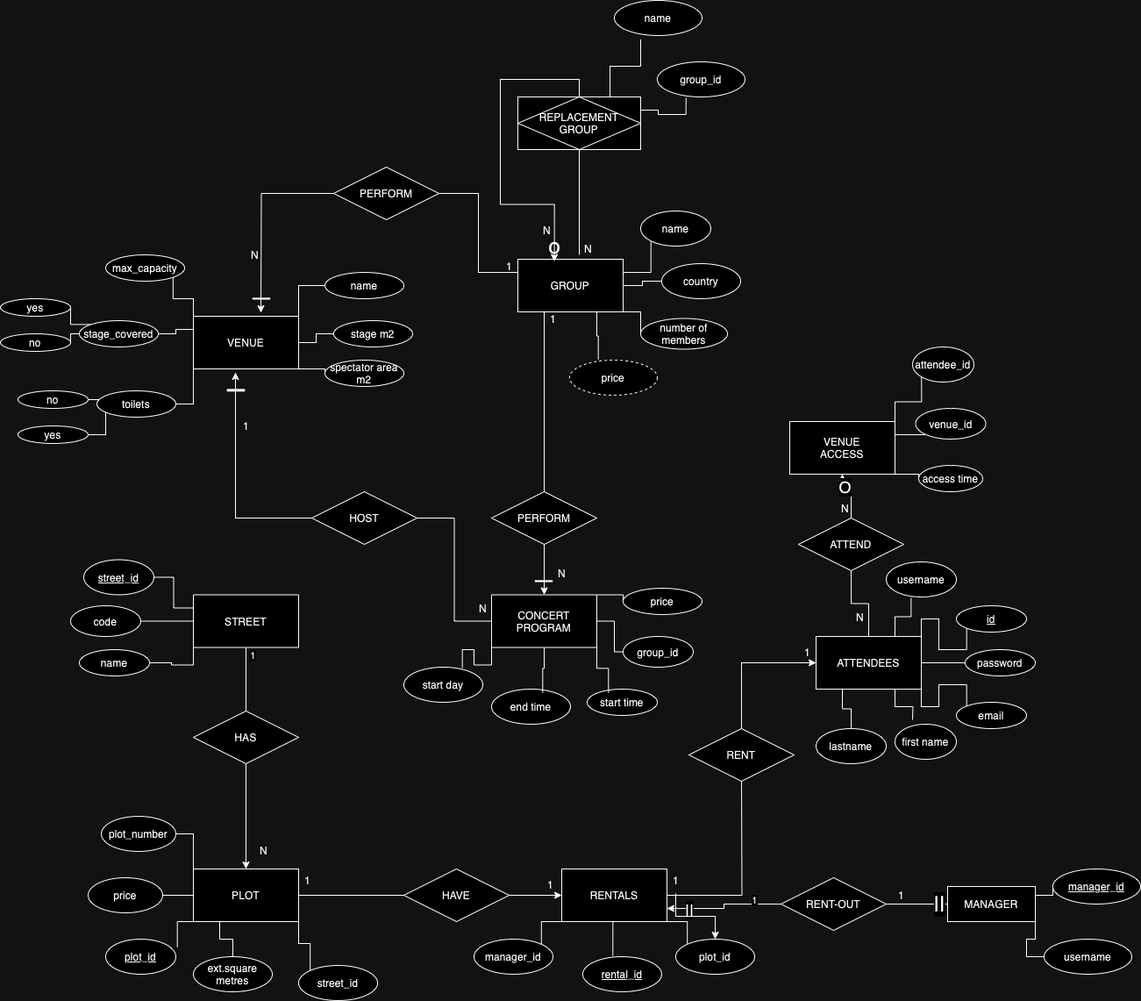
Above: DDBB.drawio.png in Brandy-K/disseny-DDBB (draw.io), before the change. Source tidied: cells renumbered, new cells last; positions are measured from the earlier drawing's top-left corner, leaving out a move shared by most shapes.
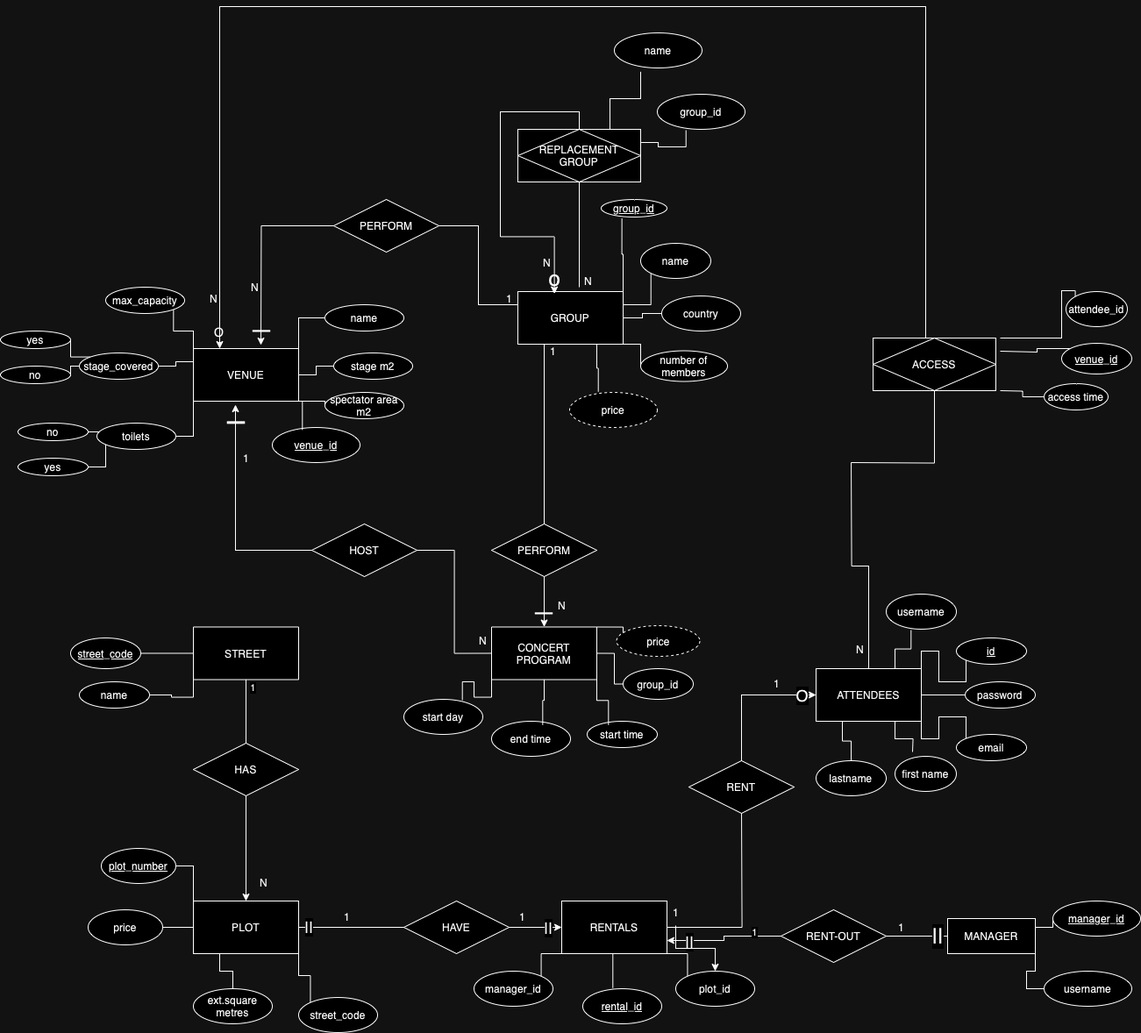
After the change.

The edit, as a diff of the source:
```diff
@@ -21,6 +21,9 @@
         <mxPoint x="460" y="1020" as="targetPoint" />
       </mxGeometry>
     </mxCell>
+    <mxCell id="149" value="&lt;font style=&quot;font-size: 18px;&quot;&gt;||&lt;/font&gt;" style="edgeLabel;html=1;align=center;verticalAlign=middle;" parent="6" vertex="1">
+      <mxGeometry x="-0.81" y="1" relative="1" as="geometry" />
+    </mxCell>
     <mxCell id="7" style="edgeStyle=orthogonalEdgeStyle;rounded=0;jettySize=auto;html=1;exitX=0;exitY=0;exitDx=0;exitDy=0;entryX=1;entryY=0.5;entryDx=0;entryDy=0;endArrow=none;endFill=0;" parent="1" edge="1" source="11" target="62">
       <mxGeometry relative="1" as="geometry" />
     </mxCell>
@@ -36,8 +39,10 @@
     <mxCell id="11" value="PLOT" style="rounded=0;whiteSpace=wrap;html=1;" parent="1" vertex="1">
       <mxGeometry x="220" y="990" width="120" height="60" as="geometry" />
     </mxCell>
-    <mxCell id="12" style="edgeStyle=orthogonalEdgeStyle;rounded=0;jettySize=auto;html=1;exitX=0.5;exitY=0;exitDx=0;exitDy=0;entryX=0.5;entryY=1;entryDx=0;entryDy=0;endArrow=none;endFill=0;" parent="1" edge="1" source="18" target="96">
-      <mxGeometry relative="1" as="geometry" />
+    <mxCell id="12" style="edgeStyle=orthogonalEdgeStyle;rounded=0;jettySize=auto;html=1;exitX=0.5;exitY=0;exitDx=0;exitDy=0;endArrow=none;endFill=0;" parent="1" edge="1" source="18">
+      <mxGeometry relative="1" as="geometry">
+        <mxPoint x="970" y="490" as="targetPoint" />
+      </mxGeometry>
     </mxCell>
     <mxCell id="13" style="edgeStyle=orthogonalEdgeStyle;rounded=0;jettySize=auto;html=1;exitX=0.25;exitY=1;exitDx=0;exitDy=0;entryX=0.5;entryY=0;entryDx=0;entryDy=0;endArrow=none;endFill=0;" parent="1" edge="1" source="18" target="77">
       <mxGeometry relative="1" as="geometry" />
@@ -80,8 +85,10 @@
     <mxCell id="25" style="edgeStyle=orthogonalEdgeStyle;rounded=0;jettySize=auto;html=1;exitX=0;exitY=0.5;exitDx=0;exitDy=0;entryX=1;entryY=0.5;entryDx=0;entryDy=0;endArrow=none;endFill=0;" parent="1" edge="1" source="28" target="97">
       <mxGeometry relative="1" as="geometry" />
     </mxCell>
-    <mxCell id="26" style="edgeStyle=orthogonalEdgeStyle;rounded=0;jettySize=auto;html=1;exitX=1;exitY=0;exitDx=0;exitDy=0;entryX=0;entryY=0.5;entryDx=0;entryDy=0;endArrow=none;endFill=0;" parent="1" edge="1" source="28" target="74">
-      <mxGeometry relative="1" as="geometry" />
+    <mxCell id="26" style="edgeStyle=orthogonalEdgeStyle;rounded=0;jettySize=auto;html=1;exitX=1;exitY=0;exitDx=0;exitDy=0;entryX=0;entryY=0.5;entryDx=0;entryDy=0;endArrow=none;endFill=0;" parent="1" edge="1" source="28">
+      <mxGeometry relative="1" as="geometry">
+        <mxPoint x="710" y="685" as="targetPoint" />
+      </mxGeometry>
     </mxCell>
     <mxCell id="27" style="edgeStyle=orthogonalEdgeStyle;rounded=0;jettySize=auto;html=1;exitX=1;exitY=0.5;exitDx=0;exitDy=0;entryX=0;entryY=0.5;entryDx=0;entryDy=0;endArrow=none;endFill=0;" parent="1" edge="1" source="28" target="73">
       <mxGeometry relative="1" as="geometry" />
@@ -89,9 +96,6 @@
     <mxCell id="28" value="CONCERT&lt;div&gt;PROGRAM&lt;/div&gt;" style="rounded=0;whiteSpace=wrap;html=1;" parent="1" vertex="1">
       <mxGeometry x="560" y="677.5" width="120" height="60" as="geometry" />
     </mxCell>
-    <mxCell id="29" style="edgeStyle=orthogonalEdgeStyle;rounded=0;jettySize=auto;html=1;exitX=0;exitY=0.25;exitDx=0;exitDy=0;entryX=1;entryY=0.5;entryDx=0;entryDy=0;endArrow=none;endFill=0;" parent="1" edge="1" source="34" target="59">
-      <mxGeometry relative="1" as="geometry" />
-    </mxCell>
     <mxCell id="30" style="edgeStyle=orthogonalEdgeStyle;rounded=0;jettySize=auto;html=1;exitX=0;exitY=0.5;exitDx=0;exitDy=0;entryX=1;entryY=0.5;entryDx=0;entryDy=0;endArrow=none;endFill=0;" parent="1" edge="1" source="34" target="61">
       <mxGeometry relative="1" as="geometry" />
     </mxCell>
@@ -132,18 +136,29 @@
     <mxCell id="41" value="VENUE" style="rounded=0;whiteSpace=wrap;html=1;" parent="1" vertex="1">
       <mxGeometry x="220" y="360" width="120" height="60" as="geometry" />
     </mxCell>
-    <mxCell id="42" style="edgeStyle=orthogonalEdgeStyle;rounded=0;jettySize=auto;html=1;exitX=1;exitY=1;exitDx=0;exitDy=0;entryX=0;entryY=0.5;entryDx=0;entryDy=0;endArrow=none;endFill=0;" parent="1" edge="1" source="45" target="81">
-      <mxGeometry relative="1" as="geometry" />
+    <mxCell id="42" style="edgeStyle=orthogonalEdgeStyle;rounded=0;jettySize=auto;html=1;exitX=1;exitY=1;exitDx=0;exitDy=0;entryX=0;entryY=0.5;entryDx=0;entryDy=0;endArrow=none;endFill=0;" parent="1" edge="1" target="81">
+      <mxGeometry relative="1" as="geometry">
+        <mxPoint x="1140" y="408" as="sourcePoint" />
+      </mxGeometry>
     </mxCell>
-    <mxCell id="43" style="edgeStyle=orthogonalEdgeStyle;rounded=0;jettySize=auto;html=1;exitX=1;exitY=0.25;exitDx=0;exitDy=0;entryX=0;entryY=1;entryDx=0;entryDy=0;endArrow=none;endFill=0;" parent="1" edge="1" source="45" target="82">
-      <mxGeometry relative="1" as="geometry" />
+    <mxCell id="43" style="edgeStyle=orthogonalEdgeStyle;rounded=0;jettySize=auto;html=1;exitX=1;exitY=0.25;exitDx=0;exitDy=0;entryX=0;entryY=1;entryDx=0;entryDy=0;endArrow=none;endFill=0;" parent="1" edge="1" target="82">
+      <mxGeometry relative="1" as="geometry">
+        <mxPoint x="1140" y="363" as="sourcePoint" />
+        <Array as="points">
+          <mxPoint x="1182" y="364" />
+          <mxPoint x="1182" y="360" />
+        </Array>
+      </mxGeometry>
     </mxCell>
-    <mxCell id="44" style="edgeStyle=orthogonalEdgeStyle;rounded=0;jettySize=auto;html=1;exitX=1;exitY=0;exitDx=0;exitDy=0;entryX=0;entryY=1;entryDx=0;entryDy=0;endArrow=none;endFill=0;" parent="1" edge="1" source="45" target="83">
-      <mxGeometry relative="1" as="geometry" />
+    <mxCell id="44" style="edgeStyle=orthogonalEdgeStyle;rounded=0;jettySize=auto;html=1;exitX=1;exitY=0;exitDx=0;exitDy=0;entryX=0;entryY=1;entryDx=0;entryDy=0;endArrow=none;endFill=0;" parent="1" edge="1" target="83">
+      <mxGeometry relative="1" as="geometry">
+        <mxPoint x="1140" y="348" as="sourcePoint" />
+        <Array as="points">
+          <mxPoint x="1210" y="348" />
+          <mxPoint x="1210" y="294" />
+        </Array>
+      </mxGeometry>
     </mxCell>
-    <mxCell id="45" value="VENUE&lt;div&gt;ACCESS&lt;/div&gt;" style="rounded=0;whiteSpace=wrap;html=1;" parent="1" vertex="1">
-      <mxGeometry x="900" y="480" width="120" height="60" as="geometry" />
-    </mxCell>
     <mxCell id="46" value="name" style="ellipse;whiteSpace=wrap;html=1;" parent="1" vertex="1">
       <mxGeometry x="370" y="310" width="90" height="30" as="geometry" />
     </mxCell>
@@ -183,27 +198,21 @@
     <mxCell id="58" value="no" style="ellipse;whiteSpace=wrap;html=1;" parent="1" vertex="1">
       <mxGeometry y="380" width="80" height="20" as="geometry" />
     </mxCell>
-    <mxCell id="59" value="&lt;u&gt;street_id&lt;/u&gt;" style="ellipse;whiteSpace=wrap;html=1;" parent="1" vertex="1">
-      <mxGeometry x="95" y="637.5" width="80" height="40" as="geometry" />
-    </mxCell>
     <mxCell id="60" value="name" style="ellipse;whiteSpace=wrap;html=1;" parent="1" vertex="1">
       <mxGeometry x="90" y="740" width="80" height="30" as="geometry" />
     </mxCell>
-    <mxCell id="61" value="code" style="ellipse;whiteSpace=wrap;html=1;" parent="1" vertex="1">
+    <mxCell id="61" value="&lt;u&gt;street_code&lt;/u&gt;" style="ellipse;whiteSpace=wrap;html=1;" parent="1" vertex="1">
       <mxGeometry x="80" y="690" width="80" height="35" as="geometry" />
     </mxCell>
-    <mxCell id="62" value="plot_number" style="ellipse;whiteSpace=wrap;html=1;" parent="1" vertex="1">
+    <mxCell id="62" value="&lt;u&gt;plot_number&lt;/u&gt;" style="ellipse;whiteSpace=wrap;html=1;" parent="1" vertex="1">
       <mxGeometry x="115" y="930" width="85" height="40" as="geometry" />
     </mxCell>
-    <mxCell id="63" value="street_id" style="ellipse;whiteSpace=wrap;html=1;" parent="1" vertex="1">
+    <mxCell id="63" value="street_code" style="ellipse;whiteSpace=wrap;html=1;" parent="1" vertex="1">
       <mxGeometry x="340" y="1100" width="90" height="40" as="geometry" />
     </mxCell>
     <mxCell id="64" value="ext.square metres" style="ellipse;whiteSpace=wrap;html=1;" parent="1" vertex="1">
       <mxGeometry x="220" y="1090" width="90" height="40" as="geometry" />
     </mxCell>
-    <mxCell id="65" value="&lt;u&gt;plot_id&lt;/u&gt;" style="ellipse;whiteSpace=wrap;html=1;" parent="1" vertex="1">
-      <mxGeometry x="120" y="1070" width="80" height="40" as="geometry" />
-    </mxCell>
     <mxCell id="66" value="price" style="ellipse;whiteSpace=wrap;html=1;" parent="1" vertex="1">
       <mxGeometry x="100" y="1000" width="85" height="40" as="geometry" />
     </mxCell>
@@ -228,9 +237,6 @@
     <mxCell id="73" value="group_id" style="ellipse;whiteSpace=wrap;html=1;" parent="1" vertex="1">
       <mxGeometry x="710" y="725" width="80" height="35" as="geometry" />
     </mxCell>
-    <mxCell id="74" value="price" style="ellipse;whiteSpace=wrap;html=1;" parent="1" vertex="1">
-      <mxGeometry x="710" y="670" width="90" height="30" as="geometry" />
-    </mxCell>
     <mxCell id="75" value="first name" style="ellipse;whiteSpace=wrap;html=1;" parent="1" vertex="1">
       <mxGeometry x="1020" y="825" width="70" height="40" as="geometry" />
     </mxCell>
@@ -250,13 +256,13 @@
       <mxGeometry x="1090" y="690" width="80" height="30" as="geometry" />
     </mxCell>
     <mxCell id="81" value="access time" style="ellipse;whiteSpace=wrap;html=1;" parent="1" vertex="1">
-      <mxGeometry x="1047" y="530" width="73" height="30" as="geometry" />
+      <mxGeometry x="1190" y="400" width="73" height="30" as="geometry" />
     </mxCell>
-    <mxCell id="82" value="venue_id" style="ellipse;whiteSpace=wrap;html=1;" parent="1" vertex="1">
-      <mxGeometry x="1043.5" y="465" width="80" height="35" as="geometry" />
+    <mxCell id="82" value="&lt;u&gt;venue_id&lt;/u&gt;" style="ellipse;whiteSpace=wrap;html=1;" parent="1" vertex="1">
+      <mxGeometry x="1210" y="354" width="80" height="35" as="geometry" />
     </mxCell>
     <mxCell id="83" value="attendee_id" style="ellipse;whiteSpace=wrap;html=1;" parent="1" vertex="1">
-      <mxGeometry x="1040" y="395" width="70" height="40" as="geometry" />
+      <mxGeometry x="1215" y="295" width="70" height="40" as="geometry" />
     </mxCell>
     <mxCell id="84" value="number of members" style="ellipse;whiteSpace=wrap;html=1;" parent="1" vertex="1">
       <mxGeometry x="730" y="362.5" width="99" height="35" as="geometry" />
@@ -279,26 +285,28 @@
     <mxCell id="90" style="edgeStyle=orthogonalEdgeStyle;rounded=0;jettySize=auto;html=1;exitX=1;exitY=0.5;exitDx=0;exitDy=0;entryX=0;entryY=0.5;entryDx=0;entryDy=0;" parent="1" edge="1" source="91" target="5">
       <mxGeometry relative="1" as="geometry" />
     </mxCell>
+    <mxCell id="150" value="&lt;font style=&quot;font-size: 18px;&quot;&gt;||&lt;/font&gt;" style="edgeLabel;html=1;align=center;verticalAlign=middle;" parent="90" vertex="1">
+      <mxGeometry x="0.48" relative="1" as="geometry" />
+    </mxCell>
     <mxCell id="91" value="HAVE" style="shape=rhombus;perimeter=rhombusPerimeter;whiteSpace=wrap;html=1;align=center;" parent="1" vertex="1">
       <mxGeometry x="460" y="990" width="120" height="60" as="geometry" />
     </mxCell>
     <mxCell id="92" style="edgeStyle=orthogonalEdgeStyle;rounded=0;jettySize=auto;html=1;exitX=0.5;exitY=0;exitDx=0;exitDy=0;entryX=0;entryY=0.5;entryDx=0;entryDy=0;" parent="1" edge="1" source="93" target="18">
       <mxGeometry relative="1" as="geometry" />
     </mxCell>
+    <mxCell id="151" value="&lt;font size=&quot;4&quot;&gt;O&lt;/font&gt;" style="edgeLabel;html=1;align=center;verticalAlign=middle;" parent="92" vertex="1">
+      <mxGeometry x="0.79" y="-4" relative="1" as="geometry">
+        <mxPoint y="-4" as="offset" />
+      </mxGeometry>
+    </mxCell>
     <mxCell id="93" value="RENT" style="shape=rhombus;perimeter=rhombusPerimeter;whiteSpace=wrap;html=1;align=center;" parent="1" vertex="1">
       <mxGeometry x="785" y="830" width="120" height="60" as="geometry" />
     </mxCell>
-    <mxCell id="94" style="edgeStyle=orthogonalEdgeStyle;rounded=0;jettySize=auto;html=1;exitX=0.5;exitY=0;exitDx=0;exitDy=0;entryX=0.5;entryY=1;entryDx=0;entryDy=0;" parent="1" edge="1" source="96" target="45">
-      <mxGeometry relative="1" as="geometry" />
+    <mxCell id="94" style="edgeStyle=orthogonalEdgeStyle;rounded=0;jettySize=auto;html=1;exitX=0.5;exitY=0;exitDx=0;exitDy=0;entryX=0.5;entryY=1;entryDx=0;entryDy=0;endArrow=none;endFill=0;" parent="1" edge="1" target="155">
+      <mxGeometry relative="1" as="geometry">
+        <mxPoint x="970" y="490" as="sourcePoint" />
+      </mxGeometry>
     </mxCell>
-    <mxCell id="95" value="&lt;font style=&quot;font-size: 18px;&quot;&gt;O&lt;/font&gt;" style="edgeLabel;html=1;align=center;verticalAlign=middle;" parent="94" vertex="1">
-      <mxGeometry x="0.52" y="-2" relative="1" as="geometry">
-        <mxPoint y="-1" as="offset" />
-      </mxGeometry>
-    </mxCell>
-    <mxCell id="96" value="ATTEND" style="shape=rhombus;perimeter=rhombusPerimeter;whiteSpace=wrap;html=1;align=center;" parent="1" vertex="1">
-      <mxGeometry x="910" y="590" width="120" height="60" as="geometry" />
-    </mxCell>
     <mxCell id="97" value="HOST" style="shape=rhombus;perimeter=rhombusPerimeter;whiteSpace=wrap;html=1;align=center;" parent="1" vertex="1">
       <mxGeometry x="355" y="560" width="120" height="60" as="geometry" />
     </mxCell>
@@ -380,9 +388,6 @@
     <mxCell id="121" style="edgeStyle=orthogonalEdgeStyle;rounded=0;jettySize=auto;html=1;exitX=0.75;exitY=1;exitDx=0;exitDy=0;entryX=0.327;entryY=-0.017;entryDx=0;entryDy=0;entryPerimeter=0;endArrow=none;endFill=0;" parent="1" edge="1" source="24" target="87">
       <mxGeometry relative="1" as="geometry" />
     </mxCell>
-    <mxCell id="122" style="edgeStyle=orthogonalEdgeStyle;rounded=0;jettySize=auto;html=1;exitX=0;exitY=1;exitDx=0;exitDy=0;entryX=1.021;entryY=0.233;entryDx=0;entryDy=0;entryPerimeter=0;endArrow=none;endFill=0;" parent="1" edge="1" source="11" target="65">
-      <mxGeometry relative="1" as="geometry" />
-    </mxCell>
     <mxCell id="123" style="edgeStyle=orthogonalEdgeStyle;rounded=0;jettySize=auto;html=1;exitX=0.5;exitY=1;exitDx=0;exitDy=0;entryX=0.381;entryY=-0.017;entryDx=0;entryDy=0;entryPerimeter=0;endArrow=none;endFill=0;" parent="1" edge="1" source="5" target="68">
       <mxGeometry relative="1" as="geometry" />
     </mxCell>
@@ -420,10 +425,10 @@
       <mxGeometry x="285" y="954" width="30" height="30" as="geometry" />
     </mxCell>
     <mxCell id="135" value="1" style="text;html=1;align=center;verticalAlign=middle;strokeColor=none;fillColor=none;" parent="1" vertex="1">
-      <mxGeometry x="335" y="988" width="30" height="30" as="geometry" />
+      <mxGeometry x="380" y="993" width="30" height="30" as="geometry" />
     </mxCell>
     <mxCell id="136" value="1" style="text;html=1;align=center;verticalAlign=middle;strokeColor=none;fillColor=none;" parent="1" vertex="1">
-      <mxGeometry x="612" y="993" width="30" height="30" as="geometry" />
+      <mxGeometry x="580" y="993" width="30" height="30" as="geometry" />
     </mxCell>
     <mxCell id="137" style="edgeStyle=orthogonalEdgeStyle;rounded=0;jettySize=auto;html=1;" parent="1" edge="1" source="138" target="69">
       <mxGeometry relative="1" as="geometry" />
@@ -432,7 +437,7 @@
       <mxGeometry x="755" y="988" width="30" height="30" as="geometry" />
     </mxCell>
     <mxCell id="139" value="1" style="text;html=1;align=center;verticalAlign=middle;strokeColor=none;fillColor=none;" parent="1" vertex="1">
-      <mxGeometry x="905" y="728" width="30" height="30" as="geometry" />
+      <mxGeometry x="870" y="727" width="30" height="30" as="geometry" />
     </mxCell>
     <mxCell id="140" value="1" style="text;html=1;align=center;verticalAlign=middle;strokeColor=none;fillColor=none;" parent="1" vertex="1">
       <mxGeometry x="1012" y="1005" width="30" height="30" as="geometry" />
@@ -440,9 +445,6 @@
     <mxCell id="141" value="N" style="text;html=1;align=center;verticalAlign=middle;strokeColor=none;fillColor=none;" parent="1" vertex="1">
       <mxGeometry x="965" y="688" width="30" height="30" as="geometry" />
     </mxCell>
-    <mxCell id="142" value="N" style="text;html=1;align=center;verticalAlign=middle;strokeColor=none;fillColor=none;" parent="1" vertex="1">
-      <mxGeometry x="948" y="564" width="30" height="30" as="geometry" />
-    </mxCell>
     <mxCell id="143" value="N" style="text;html=1;align=center;verticalAlign=middle;strokeColor=none;fillColor=none;" parent="1" vertex="1">
       <mxGeometry x="655" y="268" width="30" height="30" as="geometry" />
     </mxCell>
@@ -461,5 +463,39 @@
     <mxCell id="148" value="&lt;font style=&quot;font-size: 36px;&quot;&gt;–&lt;/font&gt;" style="text;html=1;align=center;verticalAlign=middle;strokeColor=none;fillColor=none;" parent="1" vertex="1">
       <mxGeometry x="249" y="412" width="40" height="60" as="geometry" />
     </mxCell>
+    <mxCell id="152" value="group_id" style="ellipse;whiteSpace=wrap;html=1;align=center;fontStyle=4;" parent="1" vertex="1">
+      <mxGeometry x="685" y="190" width="75" height="20" as="geometry" />
+    </mxCell>
+    <mxCell id="153" style="edgeStyle=orthogonalEdgeStyle;rounded=0;jettySize=auto;html=1;exitX=1;exitY=0;exitDx=0;exitDy=0;entryX=0.315;entryY=1.074;entryDx=0;entryDy=0;entryPerimeter=0;endArrow=none;endFill=0;" parent="1" edge="1" source="24" target="152">
+      <mxGeometry relative="1" as="geometry" />
+    </mxCell>
+    <mxCell id="74" value="price" style="ellipse;whiteSpace=wrap;html=1;align=center;dashed=1;" parent="1" vertex="1">
+      <mxGeometry x="702.5" y="676" width="95" height="35" as="geometry" />
+    </mxCell>
+    <mxCell id="154" style="edgeStyle=orthogonalEdgeStyle;rounded=0;jettySize=auto;html=1;exitX=0.25;exitY=0;exitDx=0;exitDy=0;entryX=0.25;entryY=0;entryDx=0;entryDy=0;" parent="1" edge="1" target="41">
+      <mxGeometry relative="1" as="geometry">
+        <mxPoint x="1050" y="348" as="sourcePoint" />
+        <Array as="points">
+          <mxPoint x="1055" y="348" />
+          <mxPoint x="1055" y="-30" />
+          <mxPoint x="250" y="-30" />
+        </Array>
+      </mxGeometry>
+    </mxCell>
+    <mxCell id="155" value="ACCESS" style="shape=associativeEntity;whiteSpace=wrap;html=1;align=center;" parent="1" vertex="1">
+      <mxGeometry x="995" y="348" width="140" height="60" as="geometry" />
+    </mxCell>
+    <mxCell id="156" value="&lt;font style=&quot;font-size: 14px;&quot;&gt;O&lt;/font&gt;" style="text;html=1;align=center;verticalAlign=middle;strokeColor=none;fillColor=none;" parent="1" vertex="1">
+      <mxGeometry x="234" y="326" width="30" height="30" as="geometry" />
+    </mxCell>
+    <mxCell id="142" value="N" style="text;html=1;align=center;verticalAlign=middle;strokeColor=none;fillColor=none;" parent="1" vertex="1">
+      <mxGeometry x="228" y="288" width="30" height="30" as="geometry" />
+    </mxCell>
+    <mxCell id="157" value="venue_id" style="ellipse;whiteSpace=wrap;html=1;align=center;fontStyle=4;" parent="1" vertex="1">
+      <mxGeometry x="310" y="450" width="100" height="40" as="geometry" />
+    </mxCell>
+    <mxCell id="158" style="edgeStyle=orthogonalEdgeStyle;rounded=0;jettySize=auto;html=1;exitX=1;exitY=1;exitDx=0;exitDy=0;entryX=0.343;entryY=0.071;entryDx=0;entryDy=0;entryPerimeter=0;endArrow=none;endFill=0;" parent="1" edge="1" source="41" target="157">
+      <mxGeometry relative="1" as="geometry" />
+    </mxCell>
   </root>
 </mxGraphModel>
```
